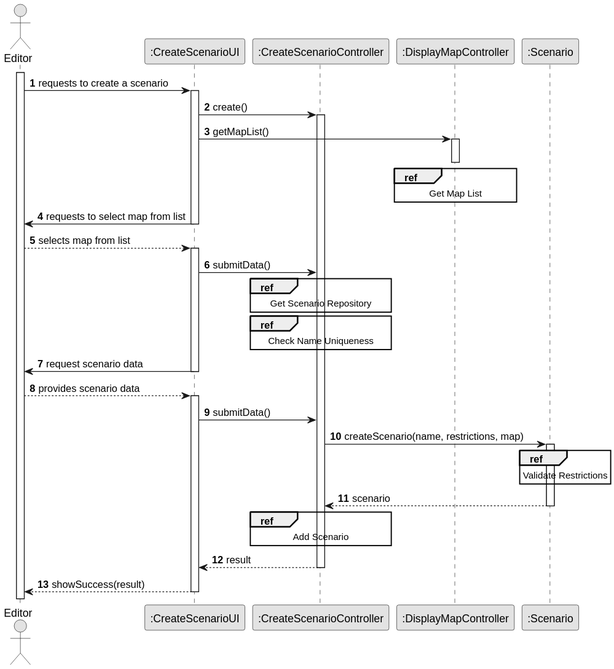
Above: docs/sprint2/us004/03.design/svg/us004-sd-split.svg in ivasduarte/all-aboard (PlantUML), before the change.
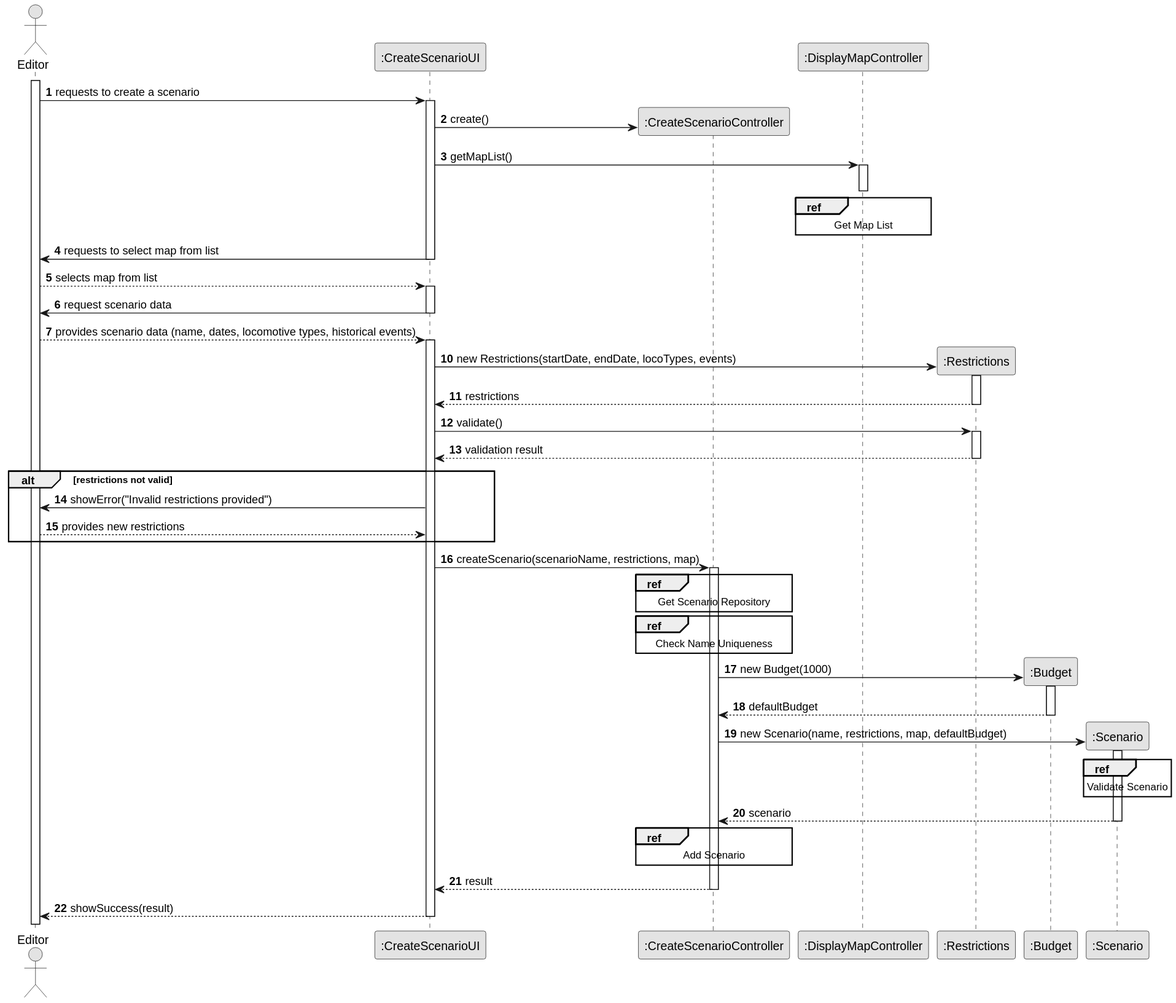
Above is the later version.

What changed in the source:
```diff
@@ -10,14 +10,15 @@
 participant ":CreateScenarioUI" as UI
 participant ":CreateScenarioController" as CTRL
 participant ":DisplayMapController" as mapCTRL
+participant ":Restrictions" as Restrictions
+participant ":Budget" as Budget
 participant ":Scenario" as Scenario
 
 activate Editor
 Editor -> UI : requests to create a scenario
 
 activate UI
-UI -> CTRL : create()
-activate CTRL
+UI -> CTRL** : create()
 
 UI -> mapCTRL : getMapList()
 activate mapCTRL
@@ -34,7 +35,30 @@
 deactivate UI
 Editor --> UI : selects map from list
 activate UI
-UI -> CTRL : submitData()
+
+UI -> Editor : request scenario data
+deactivate UI
+Editor --> UI : provides scenario data (name, dates, locomotive types, historical events)
+activate UI
+
+autonumber 10
+UI -> Restrictions** : new Restrictions(startDate, endDate, locoTypes, events)
+activate Restrictions
+Restrictions --> UI : restrictions
+deactivate Restrictions
+
+UI -> Restrictions : validate()
+activate Restrictions
+Restrictions --> UI : validation result
+deactivate Restrictions
+
+alt restrictions not valid
+    UI -> Editor : showError("Invalid restrictions provided")
+    Editor --> UI : provides new restrictions
+end
+
+UI -> CTRL : createScenario(scenarioName, restrictions, map)
+activate CTRL
 
     ref over CTRL
         Get Scenario Repository
@@ -44,17 +68,16 @@
         Check Name Uniqueness
     end
 
-UI -> Editor : request scenario data
-deactivate UI
-Editor --> UI : provides scenario data
-activate UI
+CTRL -> Budget** : new Budget(1000)
+activate Budget
+Budget --> CTRL : defaultBudget
+deactivate Budget
 
-UI -> CTRL : submitData()
-CTRL -> Scenario : createScenario(name, restrictions, map)
+CTRL -> Scenario** : new Scenario(name, restrictions, map, defaultBudget)
 activate Scenario
 
     ref over Scenario
-        Validate Restrictions
+        Validate Scenario
     end
 
 Scenario --> CTRL : scenario
```
